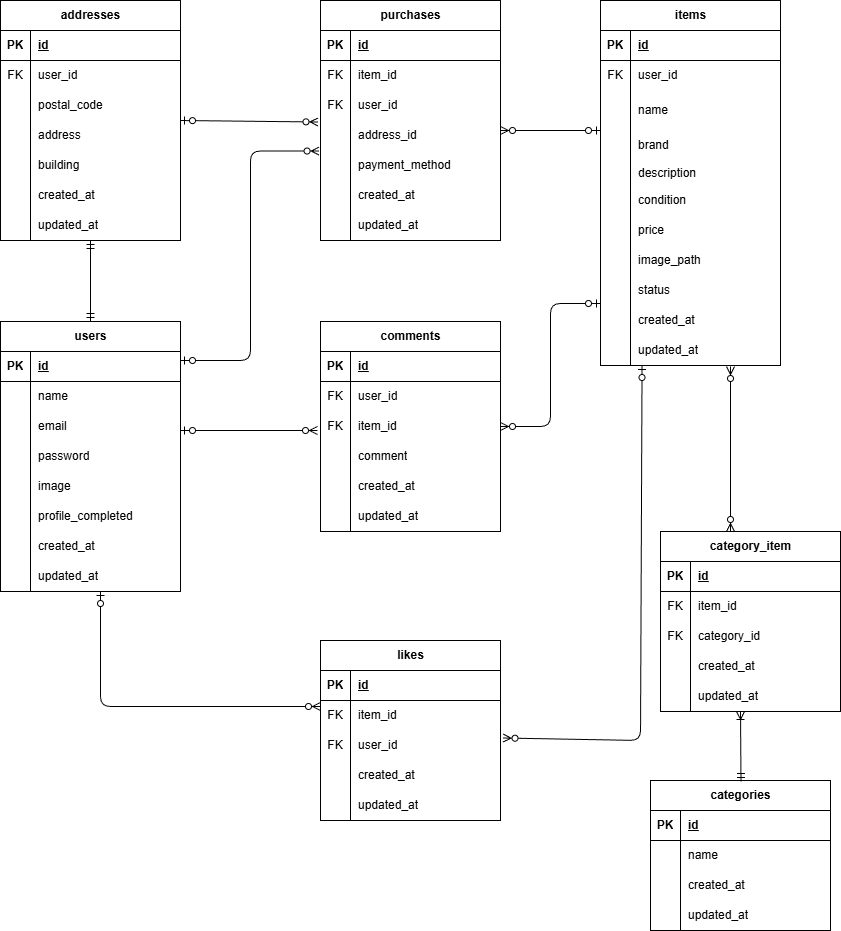
Earlier version of the draw.io export src/er-diagram.drawio.png (kokoro28k/flea-market). Source tidied: cells renumbered, new cells last; positions are measured from the earlier drawing's top-left corner, leaving out a move shared by most shapes.
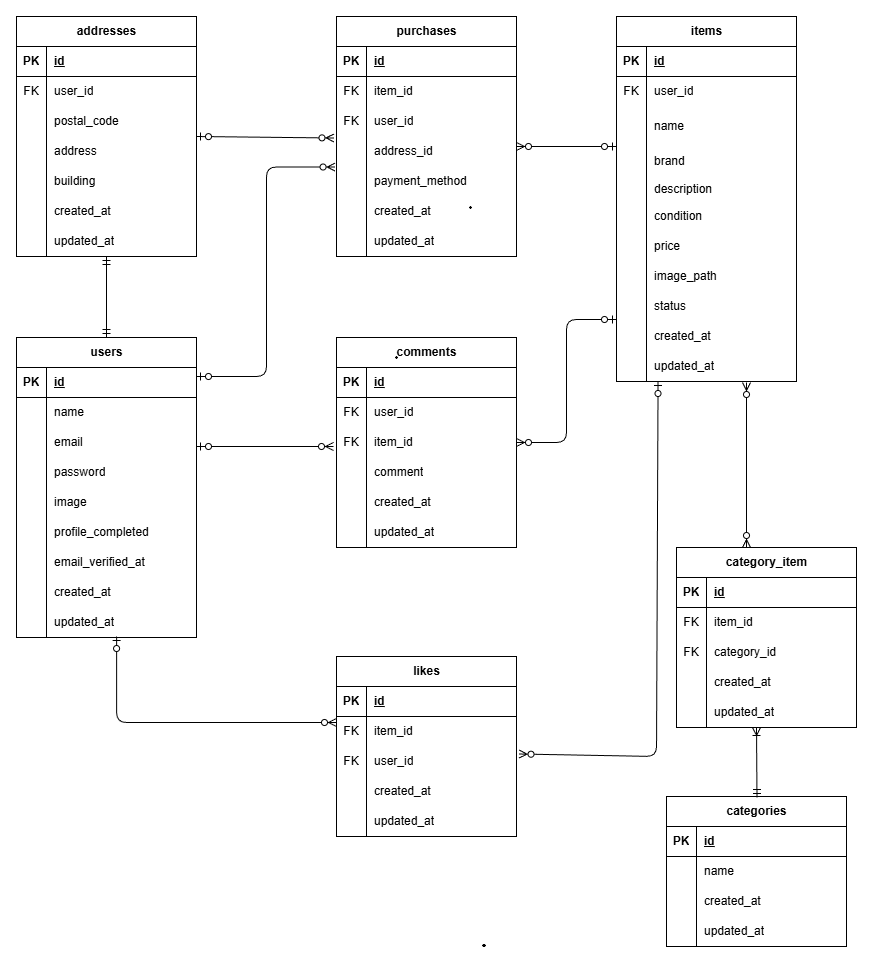
Above is the later version.

What changed in the source:
```diff
@@ -3,7 +3,7 @@
     <mxCell id="0" />
     <mxCell id="1" parent="0" />
     <mxCell id="2" value="users" style="shape=table;startSize=30;rowLines=0;fontStyle=1;align=center;html=1;" parent="1" vertex="1">
-      <mxGeometry y="321" width="180" height="270" as="geometry" />
+      <mxGeometry y="321" width="180" height="300" as="geometry" />
     </mxCell>
     <mxCell id="3" style="shape=tableRow;horizontal=0;startSize=0;swimlaneHead=0;swimlaneBody=0;fillColor=none;top=0;left=0;right=0;bottom=1;" parent="2" vertex="1">
       <mxGeometry y="30" width="180" height="30" as="geometry" />
@@ -59,8 +59,17 @@
     <mxCell id="20" value="profile_completed" style="shape=partialRectangle;fillColor=none;top=0;left=0;bottom=0;right=0;align=left;spacingLeft=6;overflow=hidden;whiteSpace=wrap;html=1;" parent="18" vertex="1">
       <mxGeometry x="30" width="150" height="30" as="geometry" />
     </mxCell>
+    <mxCell id="179" style="shape=tableRow;horizontal=0;startSize=0;swimlaneHead=0;swimlaneBody=0;fillColor=none;top=0;left=0;right=0;bottom=0;" parent="2" vertex="1">
+      <mxGeometry y="210" width="180" height="30" as="geometry" />
+    </mxCell>
+    <mxCell id="180" style="shape=partialRectangle;fillColor=none;top=0;left=0;bottom=0;right=0;overflow=hidden;whiteSpace=wrap;html=1;" parent="179" vertex="1">
+      <mxGeometry width="30" height="30" as="geometry" />
+    </mxCell>
+    <mxCell id="181" value="email_verified_at" style="shape=partialRectangle;fillColor=none;top=0;left=0;bottom=0;right=0;align=left;spacingLeft=6;overflow=hidden;whiteSpace=wrap;html=1;" parent="179" vertex="1">
+      <mxGeometry x="30" width="150" height="30" as="geometry" />
+    </mxCell>
     <mxCell id="21" style="shape=tableRow;horizontal=0;startSize=0;swimlaneHead=0;swimlaneBody=0;fillColor=none;top=0;left=0;right=0;bottom=0;" parent="2" vertex="1">
-      <mxGeometry y="210" width="180" height="30" as="geometry" />
+      <mxGeometry y="240" width="180" height="30" as="geometry" />
     </mxCell>
     <mxCell id="22" style="shape=partialRectangle;fillColor=none;top=0;left=0;bottom=0;right=0;overflow=hidden;whiteSpace=wrap;html=1;" parent="21" vertex="1">
       <mxGeometry width="30" height="30" as="geometry" />
@@ -69,7 +78,7 @@
       <mxGeometry x="30" width="150" height="30" as="geometry" />
     </mxCell>
     <mxCell id="24" style="shape=tableRow;horizontal=0;startSize=0;swimlaneHead=0;swimlaneBody=0;fillColor=none;points=[[0,0.5],[1,0.5]];portConstraint=eastwest;top=0;left=0;right=0;bottom=0;" parent="2" vertex="1">
-      <mxGeometry y="240" width="180" height="30" as="geometry" />
+      <mxGeometry y="270" width="180" height="30" as="geometry" />
     </mxCell>
     <mxCell id="25" style="shape=partialRectangle;fillColor=none;top=0;left=0;bottom=0;right=0;overflow=hidden;whiteSpace=wrap;html=1;" parent="24" vertex="1">
       <mxGeometry width="30" height="30" as="geometry" />
@@ -442,9 +451,8 @@
         </Array>
       </mxGeometry>
     </mxCell>
-    <mxCell id="138" style="edgeStyle=orthogonalEdgeStyle;fontSize=12;html=1;endArrow=ERzeroToMany;startArrow=ERzeroToOne;entryX=0;entryY=0.5;entryDx=0;entryDy=0;" parent="1" edge="1">
+    <mxCell id="138" style="edgeStyle=orthogonalEdgeStyle;fontSize=12;html=1;endArrow=ERzeroToMany;startArrow=ERzeroToOne;entryX=0;entryY=0.5;entryDx=0;entryDy=0;exitX=0.556;exitY=0.967;exitDx=0;exitDy=0;exitPerimeter=0;" parent="1" edge="1" source="24">
       <mxGeometry relative="1" as="geometry">
-        <mxPoint x="100" y="591" as="sourcePoint" />
         <mxPoint x="320" y="706" as="targetPoint" />
         <Array as="points">
           <mxPoint x="100" y="706" />
```
